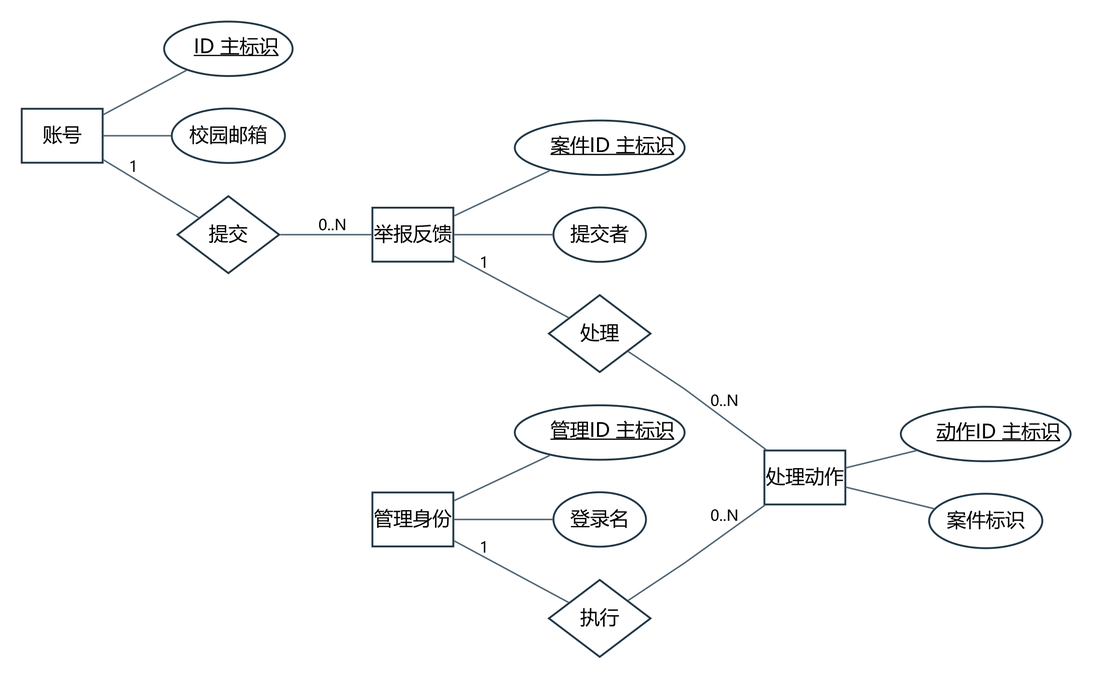
jason-bitc/HZCU-CampusHub keeps this Graphviz diagram as docs/project/models/图表与模型/ER04A.png. Above is the earlier version. Its source is kept beside it as docs/project/models/图表与模型/ER04A.dot. The source it was exported from:
```dot
digraph G {
graph [rankdir=LR,nodesep=0.30,ranksep=0.48,bgcolor="white",splines=polyline,pad=0.20];
node [fontname="Microsoft YaHei",fontsize=13,color="#223846",penwidth=1.25,margin="0.10,0.07",style="rounded,filled",fillcolor="#F6F8FA"];
edge [fontname="Microsoft YaHei",fontsize=10,color="#526775",arrowsize=0.7];
"Account" [shape=box,label="账号",style="filled",fillcolor="white"];
"Case" [shape=box,label="举报反馈",style="filled",fillcolor="white"];
"ModerationAction" [shape=box,label="处理动作",style="filled",fillcolor="white"];
"AdminIdentity" [shape=box,label="管理身份",style="filled",fillcolor="white"];
"Account_a0" [shape=ellipse,label=<<U>ID 主标识</U>>,style="filled",fillcolor="white"];
"Account_a1" [shape=ellipse,label="校园邮箱",style="filled",fillcolor="white"];
"Case_a0" [shape=ellipse,label=<<U>案件ID 主标识</U>>,style="filled",fillcolor="white"];
"Case_a1" [shape=ellipse,label="提交者",style="filled",fillcolor="white"];
"ModerationAction_a0" [shape=ellipse,label=<<U>动作ID 主标识</U>>,style="filled",fillcolor="white"];
"ModerationAction_a1" [shape=ellipse,label="案件标识",style="filled",fillcolor="white"];
"AdminIdentity_a0" [shape=ellipse,label=<<U>管理ID 主标识</U>>,style="filled",fillcolor="white"];
"AdminIdentity_a1" [shape=ellipse,label="登录名",style="filled",fillcolor="white"];
"rel16" [shape=diamond,label="提交",style="filled",fillcolor="white"];
"rel17" [shape=diamond,label="处理",style="filled",fillcolor="white"];
"rel18" [shape=diamond,label="执行",style="filled",fillcolor="white"];
"Account" -> "Account_a0" [label="",dir=none];
"Account" -> "Account_a1" [label="",dir=none];
"Case" -> "Case_a0" [label="",dir=none];
"Case" -> "Case_a1" [label="",dir=none];
"ModerationAction" -> "ModerationAction_a0" [label="",dir=none];
"ModerationAction" -> "ModerationAction_a1" [label="",dir=none];
"AdminIdentity" -> "AdminIdentity_a0" [label="",dir=none];
"AdminIdentity" -> "AdminIdentity_a1" [label="",dir=none];
"Account" -> "rel16" [label="1",dir=none];
"rel16" -> "Case" [label="0..N",dir=none];
"Case" -> "rel17" [label="1",dir=none];
"rel17" -> "ModerationAction" [label="0..N",dir=none];
"AdminIdentity" -> "rel18" [label="1",dir=none];
"rel18" -> "ModerationAction" [label="0..N",dir=none];
}
```
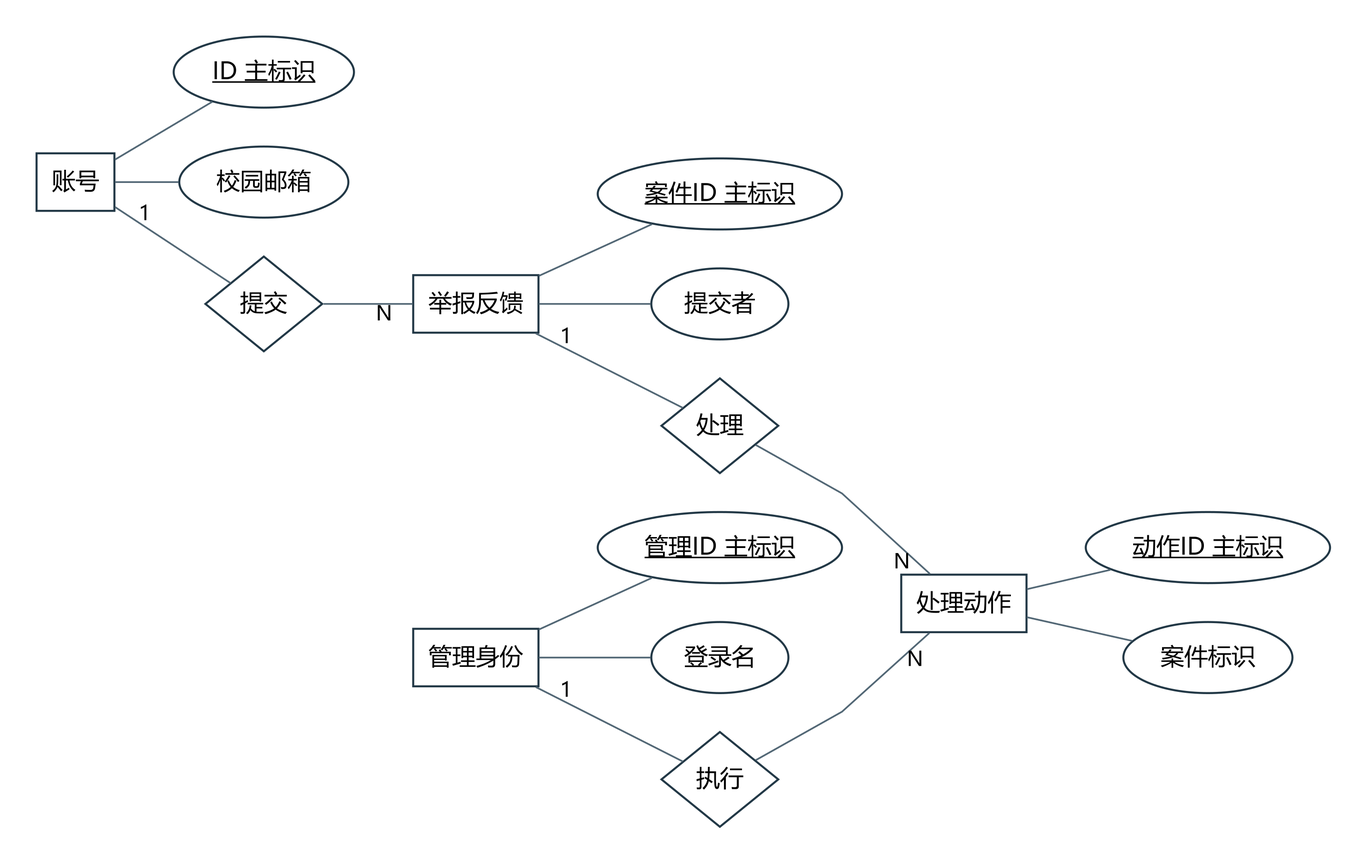
After the change.

What changed in the source:
```diff
@@ -1,34 +1,34 @@
 digraph G {
-graph [rankdir=LR,nodesep=0.30,ranksep=0.48,bgcolor="white",splines=polyline,pad=0.20];
-node [fontname="Microsoft YaHei",fontsize=13,color="#223846",penwidth=1.25,margin="0.10,0.07",style="rounded,filled",fillcolor="#F6F8FA"];
-edge [fontname="Microsoft YaHei",fontsize=10,color="#526775",arrowsize=0.7];
-"Account" [shape=box,label="账号",style="filled",fillcolor="white"];
-"Case" [shape=box,label="举报反馈",style="filled",fillcolor="white"];
-"ModerationAction" [shape=box,label="处理动作",style="filled",fillcolor="white"];
-"AdminIdentity" [shape=box,label="管理身份",style="filled",fillcolor="white"];
-"Account_a0" [shape=ellipse,label=<<U>ID 主标识</U>>,style="filled",fillcolor="white"];
-"Account_a1" [shape=ellipse,label="校园邮箱",style="filled",fillcolor="white"];
-"Case_a0" [shape=ellipse,label=<<U>案件ID 主标识</U>>,style="filled",fillcolor="white"];
-"Case_a1" [shape=ellipse,label="提交者",style="filled",fillcolor="white"];
-"ModerationAction_a0" [shape=ellipse,label=<<U>动作ID 主标识</U>>,style="filled",fillcolor="white"];
-"ModerationAction_a1" [shape=ellipse,label="案件标识",style="filled",fillcolor="white"];
-"AdminIdentity_a0" [shape=ellipse,label=<<U>管理ID 主标识</U>>,style="filled",fillcolor="white"];
-"AdminIdentity_a1" [shape=ellipse,label="登录名",style="filled",fillcolor="white"];
-"rel16" [shape=diamond,label="提交",style="filled",fillcolor="white"];
-"rel17" [shape=diamond,label="处理",style="filled",fillcolor="white"];
-"rel18" [shape=diamond,label="执行",style="filled",fillcolor="white"];
-"Account" -> "Account_a0" [label="",dir=none];
-"Account" -> "Account_a1" [label="",dir=none];
-"Case" -> "Case_a0" [label="",dir=none];
-"Case" -> "Case_a1" [label="",dir=none];
-"ModerationAction" -> "ModerationAction_a0" [label="",dir=none];
-"ModerationAction" -> "ModerationAction_a1" [label="",dir=none];
-"AdminIdentity" -> "AdminIdentity_a0" [label="",dir=none];
-"AdminIdentity" -> "AdminIdentity_a1" [label="",dir=none];
-"Account" -> "rel16" [label="1",dir=none];
-"rel16" -> "Case" [label="0..N",dir=none];
-"Case" -> "rel17" [label="1",dir=none];
-"rel17" -> "ModerationAction" [label="0..N",dir=none];
-"AdminIdentity" -> "rel18" [label="1",dir=none];
-"rel18" -> "ModerationAction" [label="0..N",dir=none];
+graph [rankdir=LR,nodesep=0.32,ranksep=0.48,bgcolor="white",splines=polyline,pad=0.30];
+node [fontname="Microsoft YaHei",fontsize=14,color="#223846",penwidth=1.2,margin="0.10,0.08",style="filled",fillcolor="white"];
+edge [fontname="Microsoft YaHei",fontsize=12,color="#526775",dir=none];
+"Account" [shape=box,label="账号",width=0.6389,height=0.4722];
+"Case" [shape=box,label="举报反馈",width=1.0278,height=0.4722];
+"ModerationAction" [shape=box,label="处理动作",width=1.0278,height=0.4722];
+"AdminIdentity" [shape=box,label="管理身份",width=1.0278,height=0.4722];
+"Account_a0" [shape=ellipse,label="ID 主标识",width=1.4794,height=0.5833];
+"Account_a1" [shape=ellipse,label="校园邮箱",width=1.3875,height=0.5833];
+"Case_a0" [shape=ellipse,label="案件ID 主标识",width=2.0044,height=0.5833];
+"Case_a1" [shape=ellipse,label="提交者",width=1.1250,height=0.5833];
+"ModerationAction_a0" [shape=ellipse,label="动作ID 主标识",width=2.0044,height=0.5833];
+"ModerationAction_a1" [shape=ellipse,label="案件标识",width=1.3875,height=0.5833];
+"AdminIdentity_a0" [shape=ellipse,label="管理ID 主标识",width=2.0044,height=0.5833];
+"AdminIdentity_a1" [shape=ellipse,label="登录名",width=1.1250,height=0.5833];
+"rel16" [shape=diamond,label="提交",width=0.9583,height=0.7778];
+"rel17" [shape=diamond,label="处理",width=0.9583,height=0.7778];
+"rel18" [shape=diamond,label="执行",width=0.9583,height=0.7778];
+"Account" -> "Account_a0" [label="",labeldistance=1.8,labelangle=20,dir=none];
+"Account" -> "Account_a1" [label="",labeldistance=1.8,labelangle=20,dir=none];
+"Case" -> "Case_a0" [label="",labeldistance=1.8,labelangle=20,dir=none];
+"Case" -> "Case_a1" [label="",labeldistance=1.8,labelangle=20,dir=none];
+"ModerationAction" -> "ModerationAction_a0" [label="",labeldistance=1.8,labelangle=20,dir=none];
+"ModerationAction" -> "ModerationAction_a1" [label="",labeldistance=1.8,labelangle=20,dir=none];
+"AdminIdentity" -> "AdminIdentity_a0" [label="",labeldistance=1.8,labelangle=20,dir=none];
+"AdminIdentity" -> "AdminIdentity_a1" [label="",labeldistance=1.8,labelangle=20,dir=none];
+"Account" -> "rel16" [taillabel="1",labeldistance=1.8,labelangle=20,dir=none];
+"rel16" -> "Case" [headlabel="N",labeldistance=1.8,labelangle=20,dir=none];
+"Case" -> "rel17" [taillabel="1",labeldistance=1.8,labelangle=20,dir=none];
+"rel17" -> "ModerationAction" [headlabel="N",labeldistance=1.8,labelangle=20,dir=none];
+"AdminIdentity" -> "rel18" [taillabel="1",labeldistance=1.8,labelangle=20,dir=none];
+"rel18" -> "ModerationAction" [headlabel="N",labeldistance=1.8,labelangle=20,dir=none];
 }
```
